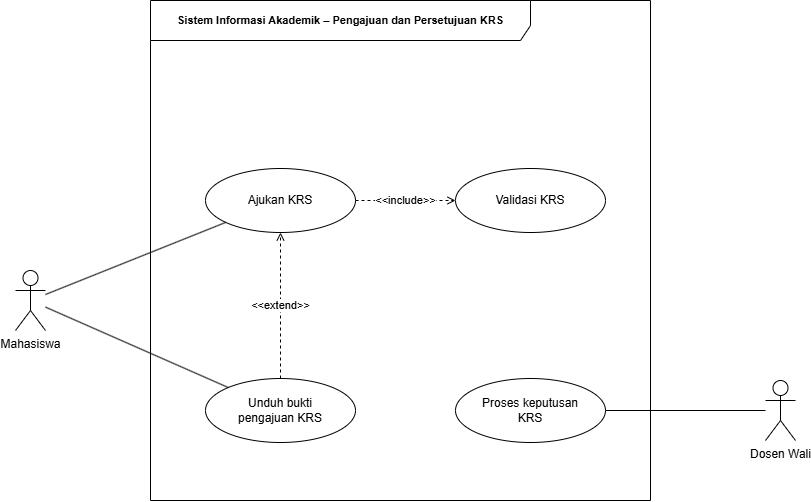
sapaat06/IFRWP5149_2406080_LabAlat keeps this draw.io diagram as 03_latihan_tools/P03/SIA/P03_2406080_SIA_usecase_v01.png. Above is the earlier version. Source tidied: cells renumbered, new cells last; positions are measured from the earlier drawing's top-left corner, leaving out a move shared by most shapes. Its diagram source:
```xml
<mxGraphModel>
  <root>
    <mxCell id="0" />
    <mxCell id="1" parent="0" />
    <mxCell id="2" value="Sistem Informasi Akademik – Pengajuan dan Persetujuan KRS" style="shape=umlFrame;whiteSpace=wrap;html=1;width=380;height=40;fontSize=11;fontStyle=1;" parent="1" vertex="1">
      <mxGeometry x="135" width="500" height="500" as="geometry" />
    </mxCell>
    <mxCell id="3" value="Mahasiswa" style="shape=umlActor;verticalLabelPosition=bottom;verticalAlign=top;html=1;" parent="1" vertex="1">
      <mxGeometry y="270" width="30" height="60" as="geometry" />
    </mxCell>
    <mxCell id="4" value="Dosen Wali" style="shape=umlActor;verticalLabelPosition=bottom;verticalAlign=top;html=1;" parent="1" vertex="1">
      <mxGeometry x="750" y="380" width="30" height="60" as="geometry" />
    </mxCell>
    <mxCell id="5" value="Ajukan KRS" style="ellipse;whiteSpace=wrap;html=1;" parent="1" vertex="1">
      <mxGeometry x="190" y="168" width="150" height="64" as="geometry" />
    </mxCell>
    <mxCell id="6" value="Validasi KRS" style="ellipse;whiteSpace=wrap;html=1;" parent="1" vertex="1">
      <mxGeometry x="440" y="168" width="150" height="64" as="geometry" />
    </mxCell>
    <mxCell id="7" value="Unduh bukti&lt;br&gt;pengajuan KRS" style="ellipse;whiteSpace=wrap;html=1;" parent="1" vertex="1">
      <mxGeometry x="190" y="378" width="150" height="64" as="geometry" />
    </mxCell>
    <mxCell id="8" value="Proses keputusan&lt;br&gt;KRS" style="ellipse;whiteSpace=wrap;html=1;" parent="1" vertex="1">
      <mxGeometry x="440" y="378" width="150" height="64" as="geometry" />
    </mxCell>
    <mxCell id="9" style="endArrow=none;html=1;" parent="1" edge="1" source="3" target="5">
      <mxGeometry relative="1" as="geometry" />
    </mxCell>
    <mxCell id="10" style="endArrow=none;html=1;" parent="1" edge="1" source="3" target="7">
      <mxGeometry relative="1" as="geometry" />
    </mxCell>
    <mxCell id="11" style="endArrow=none;html=1;" parent="1" edge="1" source="4" target="8">
      <mxGeometry relative="1" as="geometry" />
    </mxCell>
    <mxCell id="12" value="&amp;lt;&amp;lt;include&amp;gt;&amp;gt;" style="endArrow=open;endFill=0;dashed=1;html=1;" parent="1" edge="1" source="5" target="6">
      <mxGeometry relative="1" as="geometry" />
    </mxCell>
    <mxCell id="13" value="&amp;lt;&amp;lt;extend&amp;gt;&amp;gt;" style="endArrow=open;endFill=0;dashed=1;html=1;" parent="1" edge="1" source="7" target="5">
      <mxGeometry relative="1" as="geometry" />
    </mxCell>
  </root>
</mxGraphModel>
```
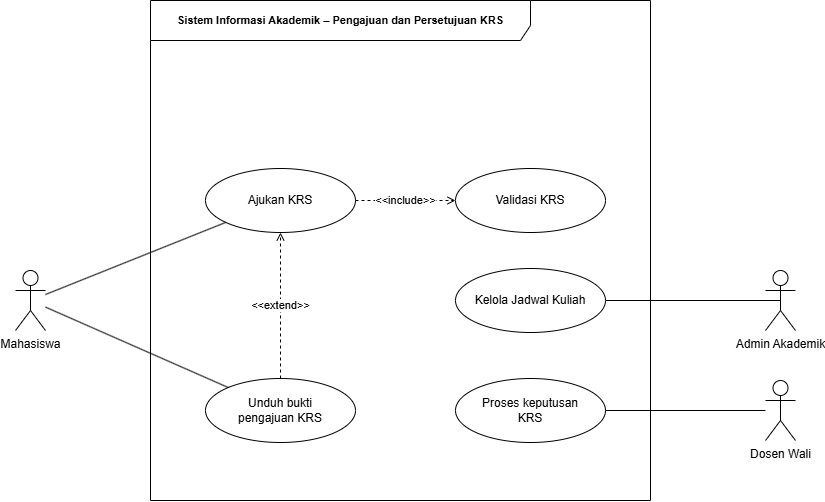
After the commit.

Commit message:
P03 USE CASE DIAGRAM DAN USE CASE DESCRIPTION

The edit, as a diff of the source:
```diff
@@ -38,5 +38,14 @@
     <mxCell id="13" value="&amp;lt;&amp;lt;extend&amp;gt;&amp;gt;" style="endArrow=open;endFill=0;dashed=1;html=1;" parent="1" edge="1" source="7" target="5">
       <mxGeometry relative="1" as="geometry" />
     </mxCell>
+    <mxCell id="14" style="edgeStyle=none;html=1;exitX=0.5;exitY=0.5;exitDx=0;exitDy=0;exitPerimeter=0;entryX=1;entryY=0.5;entryDx=0;entryDy=0;endArrow=none;endFill=0;" parent="1" edge="1" source="15" target="16">
+      <mxGeometry relative="1" as="geometry" />
+    </mxCell>
+    <mxCell id="15" value="Admin Akademik&lt;div&gt;&lt;br&gt;&lt;/div&gt;" style="shape=umlActor;verticalLabelPosition=bottom;verticalAlign=top;html=1;" parent="1" vertex="1">
+      <mxGeometry x="750" y="270" width="30" height="60" as="geometry" />
+    </mxCell>
+    <mxCell id="16" value="Kelola Jadwal Kuliah" style="ellipse;whiteSpace=wrap;html=1;" parent="1" vertex="1">
+      <mxGeometry x="440" y="268" width="150" height="64" as="geometry" />
+    </mxCell>
   </root>
 </mxGraphModel>
```
